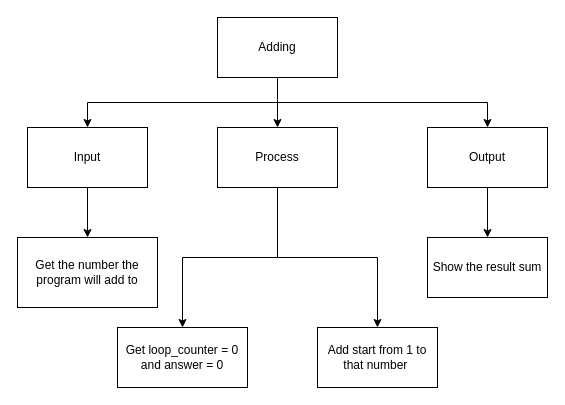
This is design.top-down.drawio from Yiyun-Qin/ICS3U-Unit4-03-Python, a draw.io file, before an edit. Source tidied: cells renumbered, new cells numbered last; positions are measured from the earlier drawing's top-left corner, leaving out a move shared by most shapes. Both pictures are drawn from the tidied source at 100%, with x=0, y=0 at pixel (17, 17).
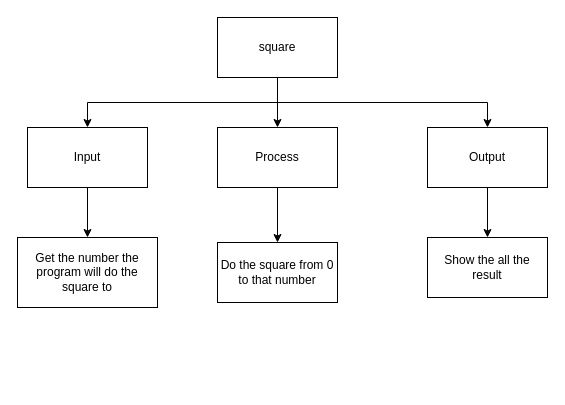
Above is the later version.

What changed in the source:
```diff
@@
 <mxGraphModel>
   <root>
     <mxCell id="0" />
     <mxCell id="1" parent="0" />
     <mxCell id="2" style="edgeStyle=orthogonalEdgeStyle;html=1;exitX=0.5;exitY=1;exitDx=0;exitDy=0;entryX=0.5;entryY=0;entryDx=0;entryDy=0;rounded=0;" parent="1" edge="1" source="5" target="7">
       <mxGeometry relative="1" as="geometry" />
     </mxCell>
     <mxCell id="3" style="edgeStyle=orthogonalEdgeStyle;rounded=0;html=1;exitX=0.5;exitY=1;exitDx=0;exitDy=0;entryX=0.5;entryY=0;entryDx=0;entryDy=0;" parent="1" edge="1" source="5" target="10">
       <mxGeometry relative="1" as="geometry" />
     </mxCell>
     <mxCell id="4" style="edgeStyle=orthogonalEdgeStyle;rounded=0;html=1;exitX=0.5;exitY=1;exitDx=0;exitDy=0;entryX=0.5;entryY=0;entryDx=0;entryDy=0;" parent="1" edge="1" source="5" target="12">
       <mxGeometry relative="1" as="geometry" />
     </mxCell>
-    <mxCell id="5" value="Adding" style="rounded=0;whiteSpace=wrap;html=1;" parent="1" vertex="1">
+    <mxCell id="5" value="square" style="rounded=0;whiteSpace=wrap;html=1;" parent="1" vertex="1">
       <mxGeometry x="200" width="120" height="60" as="geometry" />
     </mxCell>
     <mxCell id="6" style="edgeStyle=orthogonalEdgeStyle;rounded=0;html=1;exitX=0.5;exitY=1;exitDx=0;exitDy=0;entryX=0.5;entryY=0;entryDx=0;entryDy=0;" parent="1" edge="1" source="7" target="13">
       <mxGeometry relative="1" as="geometry" />
     </mxCell>
     <mxCell id="7" value="Input" style="rounded=0;whiteSpace=wrap;html=1;" parent="1" vertex="1">
       <mxGeometry x="10" y="110" width="120" height="60" as="geometry" />
     </mxCell>
     <mxCell id="8" style="edgeStyle=orthogonalEdgeStyle;rounded=0;html=1;exitX=0.5;exitY=1;exitDx=0;exitDy=0;entryX=0.5;entryY=0;entryDx=0;entryDy=0;" parent="1" edge="1" source="10" target="14">
       <mxGeometry relative="1" as="geometry" />
     </mxCell>
-    <mxCell id="9" style="edgeStyle=orthogonalEdgeStyle;html=1;exitX=0.5;exitY=1;exitDx=0;exitDy=0;entryX=0.5;entryY=0;entryDx=0;entryDy=0;rounded=0;" parent="1" edge="1" source="10" target="16">
-      <mxGeometry relative="1" as="geometry" />
-    </mxCell>
     <mxCell id="10" value="Process" style="rounded=0;whiteSpace=wrap;html=1;" parent="1" vertex="1">
       <mxGeometry x="200" y="110" width="120" height="60" as="geometry" />
     </mxCell>
     <mxCell id="11" style="edgeStyle=orthogonalEdgeStyle;rounded=0;html=1;exitX=0.5;exitY=1;exitDx=0;exitDy=0;entryX=0.5;entryY=0;entryDx=0;entryDy=0;" parent="1" edge="1" source="12" target="15">
       <mxGeometry relative="1" as="geometry" />
     </mxCell>
     <mxCell id="12" value="Output" style="rounded=0;whiteSpace=wrap;html=1;" parent="1" vertex="1">
       <mxGeometry x="410" y="110" width="120" height="60" as="geometry" />
     </mxCell>
-    <mxCell id="13" value="Get the number the program will add to" style="rounded=0;whiteSpace=wrap;html=1;" parent="1" vertex="1">
+    <mxCell id="13" value="Get the number the program will do the square to" style="rounded=0;whiteSpace=wrap;html=1;" parent="1" vertex="1">
       <mxGeometry y="220" width="140" height="70" as="geometry" />
     </mxCell>
-    <mxCell id="14" value="Add start from 1 to that number&amp;nbsp;" style="rounded=0;whiteSpace=wrap;html=1;" parent="1" vertex="1">
-      <mxGeometry x="300" y="310" width="120" height="60" as="geometry" />
+    <mxCell id="14" value="Do the square from 0 to that number" style="rounded=0;whiteSpace=wrap;html=1;" parent="1" vertex="1">
+      <mxGeometry x="200" y="225" width="120" height="60" as="geometry" />
     </mxCell>
-    <mxCell id="15" value="Show the result sum" style="rounded=0;whiteSpace=wrap;html=1;" parent="1" vertex="1">
+    <mxCell id="15" value="Show the all the result" style="rounded=0;whiteSpace=wrap;html=1;shadow=0;" parent="1" vertex="1">
       <mxGeometry x="410" y="220" width="120" height="60" as="geometry" />
     </mxCell>
-    <mxCell id="16" value="Get loop_counter = 0 and answer = 0" style="rounded=0;whiteSpace=wrap;html=1;" parent="1" vertex="1">
-      <mxGeometry x="100" y="310" width="130" height="60" as="geometry" />
-    </mxCell>
   </root>
 </mxGraphModel>
```
